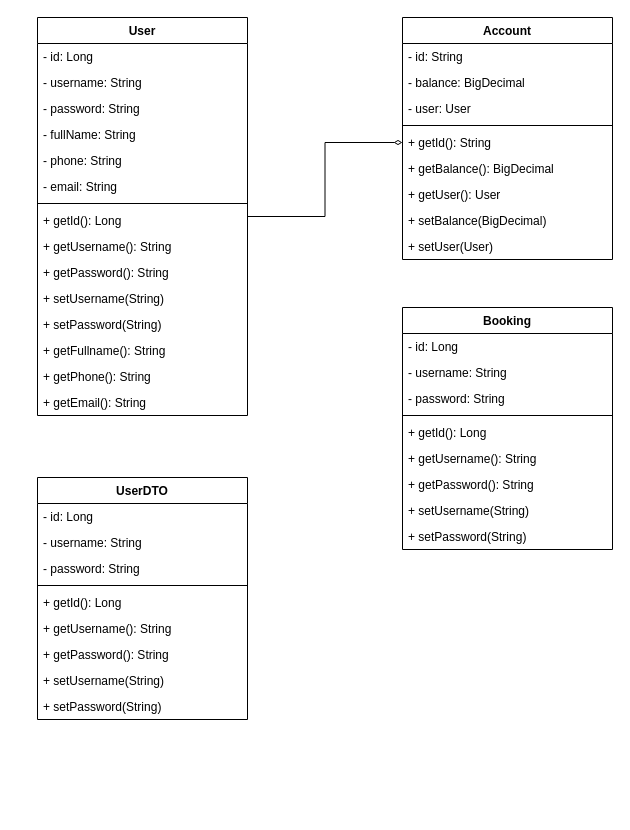
Before: Kingpay.drawio in ezra-jeo/MCO1-ezra-jeo, a draw.io diagram. Source tidied: cells renumbered, new cells numbered last; positions are measured from the earlier drawing's top-left corner, leaving out a move shared by most shapes. Both pictures are drawn from the tidied source at 100%, with x=0, y=0 at pixel (37, 17).
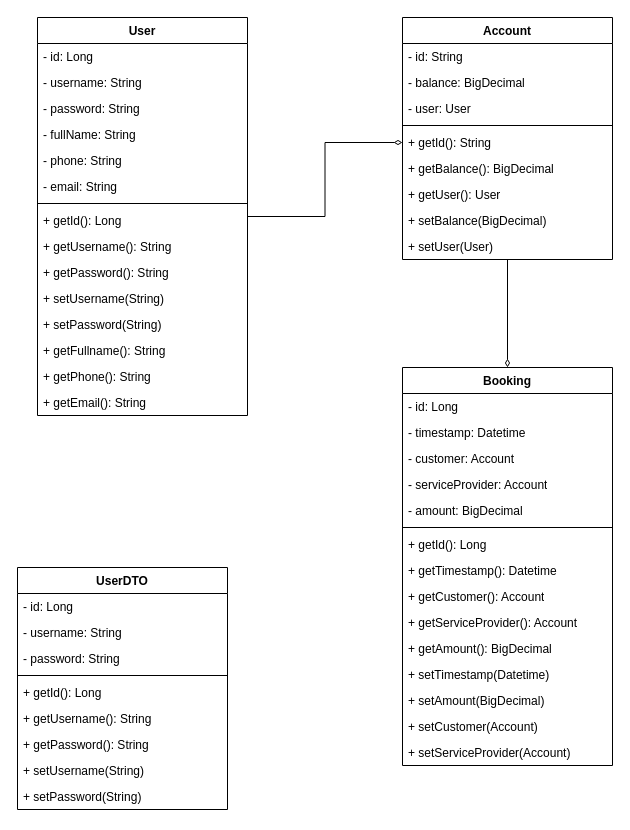
Above is the later version.

Commit message:
feat: added WIP Account and Booking

The change refers to these unchanged cells:
```xml
<mxCell id="19" value="Account" style="swimlane;fontStyle=1;align=center;verticalAlign=top;horizontal=1;startSize=26;whiteSpace=wrap;html=1;" parent="1" vertex="1">
  <mxGeometry x="365" width="210" height="242" as="geometry" />
</mxCell>
```

Diff of the diagram source:
```diff
@@
+    <mxCell id="49" style="edgeStyle=orthogonalEdgeStyle;rounded=0;jettySize=auto;html=1;exitX=0.5;exitY=1;exitDx=0;exitDy=0;entryX=0.5;entryY=0;entryDx=0;entryDy=0;defaultLabelBackgroundColor=page;endArrow=diamondThin;endFill=0;" parent="1" edge="1" source="19" target="29">
+      <mxGeometry relative="1" as="geometry" />
+    </mxCell>
@@
     <mxCell id="29" value="Booking" style="swimlane;fontStyle=1;align=center;verticalAlign=top;horizontal=1;startSize=26;whiteSpace=wrap;html=1;" parent="1" vertex="1">
-      <mxGeometry x="365" y="290" width="210" height="242" as="geometry" />
+      <mxGeometry x="365" y="350" width="210" height="398" as="geometry" />
     </mxCell>
@@
+    <mxCell id="50" value="- timestamp: Datetime" style="text;strokeColor=none;fillColor=none;align=left;verticalAlign=top;spacingLeft=4;spacingRight=4;overflow=hidden;whiteSpace=wrap;html=1;" parent="29" vertex="1">
+      <mxGeometry y="52" width="210" height="26" as="geometry" />
+    </mxCell>
-    <mxCell id="31" value="- username: String" style="text;strokeColor=none;fillColor=none;align=left;verticalAlign=top;spacingLeft=4;spacingRight=4;overflow=hidden;whiteSpace=wrap;html=1;" parent="29" vertex="1">
-      <mxGeometry y="52" width="210" height="26" as="geometry" />
+    <mxCell id="31" value="- customer: Account" style="text;strokeColor=none;fillColor=none;align=left;verticalAlign=top;spacingLeft=4;spacingRight=4;overflow=hidden;whiteSpace=wrap;html=1;" parent="29" vertex="1">
+      <mxGeometry y="78" width="210" height="26" as="geometry" />
     </mxCell>
-    <mxCell id="32" value="- password: String" style="text;strokeColor=none;fillColor=none;align=left;verticalAlign=top;spacingLeft=4;spacingRight=4;overflow=hidden;whiteSpace=wrap;html=1;" parent="29" vertex="1">
-      <mxGeometry y="78" width="210" height="26" as="geometry" />
+    <mxCell id="32" value="- serviceProvider: Account" style="text;strokeColor=none;fillColor=none;align=left;verticalAlign=top;spacingLeft=4;spacingRight=4;overflow=hidden;whiteSpace=wrap;html=1;" parent="29" vertex="1">
+      <mxGeometry y="104" width="210" height="26" as="geometry" />
     </mxCell>
+    <mxCell id="51" value="- amount: BigDecimal" style="text;strokeColor=none;fillColor=none;align=left;verticalAlign=top;spacingLeft=4;spacingRight=4;overflow=hidden;whiteSpace=wrap;html=1;" parent="29" vertex="1">
+      <mxGeometry y="130" width="210" height="26" as="geometry" />
+    </mxCell>
     <mxCell id="33" style="line;strokeWidth=1;fillColor=none;align=left;verticalAlign=middle;spacingTop=-1;spacingLeft=3;spacingRight=3;labelPosition=right;strokeColor=inherit;labelPerimeter=1;" parent="29" vertex="1">
-      <mxGeometry y="104" width="210" height="8" as="geometry" />
+      <mxGeometry y="156" width="210" height="8" as="geometry" />
     </mxCell>
     <mxCell id="34" value="+ getId(): Long" style="text;strokeColor=none;fillColor=none;align=left;verticalAlign=top;spacingLeft=4;spacingRight=4;overflow=hidden;whiteSpace=wrap;html=1;" parent="29" vertex="1">
-      <mxGeometry y="112" width="210" height="26" as="geometry" />
+      <mxGeometry y="164" width="210" height="26" as="geometry" />
     </mxCell>
-    <mxCell id="35" value="+ getUsername(): String" style="text;strokeColor=none;fillColor=none;align=left;verticalAlign=top;spacingLeft=4;spacingRight=4;overflow=hidden;whiteSpace=wrap;html=1;" parent="29" vertex="1">
-      <mxGeometry y="138" width="210" height="26" as="geometry" />
+    <mxCell id="35" value="+ getTimestamp(): Datetime" style="text;strokeColor=none;fillColor=none;align=left;verticalAlign=top;spacingLeft=4;spacingRight=4;overflow=hidden;whiteSpace=wrap;html=1;" parent="29" vertex="1">
+      <mxGeometry y="190" width="210" height="26" as="geometry" />
     </mxCell>
-    <mxCell id="36" value="+ getPassword(): String" style="text;strokeColor=none;fillColor=none;align=left;verticalAlign=top;spacingLeft=4;spacingRight=4;overflow=hidden;whiteSpace=wrap;html=1;" parent="29" vertex="1">
-      <mxGeometry y="164" width="210" height="26" as="geometry" />
+    <mxCell id="36" value="+ getCustomer(): Account" style="text;strokeColor=none;fillColor=none;align=left;verticalAlign=top;spacingLeft=4;spacingRight=4;overflow=hidden;whiteSpace=wrap;html=1;" parent="29" vertex="1">
+      <mxGeometry y="216" width="210" height="26" as="geometry" />
     </mxCell>
-    <mxCell id="37" value="+ setUsername(String)" style="text;strokeColor=none;fillColor=none;align=left;verticalAlign=top;spacingLeft=4;spacingRight=4;overflow=hidden;whiteSpace=wrap;html=1;" parent="29" vertex="1">
-      <mxGeometry y="190" width="210" height="26" as="geometry" />
+    <mxCell id="37" value="+ getServiceProvider(): Account" style="text;strokeColor=none;fillColor=none;align=left;verticalAlign=top;spacingLeft=4;spacingRight=4;overflow=hidden;whiteSpace=wrap;html=1;" parent="29" vertex="1">
+      <mxGeometry y="242" width="210" height="26" as="geometry" />
     </mxCell>
-    <mxCell id="38" value="+ setPassword(String)" style="text;strokeColor=none;fillColor=none;align=left;verticalAlign=top;spacingLeft=4;spacingRight=4;overflow=hidden;whiteSpace=wrap;html=1;" parent="29" vertex="1">
-      <mxGeometry y="216" width="210" height="26" as="geometry" />
+    <mxCell id="38" value="+ getAmount(): BigDecimal" style="text;strokeColor=none;fillColor=none;align=left;verticalAlign=top;spacingLeft=4;spacingRight=4;overflow=hidden;whiteSpace=wrap;html=1;" parent="29" vertex="1">
+      <mxGeometry y="268" width="210" height="26" as="geometry" />
     </mxCell>
+    <mxCell id="52" value="+ setTimestamp(Datetime)&lt;div&gt;&lt;br&gt;&lt;/div&gt;" style="text;strokeColor=none;fillColor=none;align=left;verticalAlign=top;spacingLeft=4;spacingRight=4;overflow=hidden;whiteSpace=wrap;html=1;" parent="29" vertex="1">
+      <mxGeometry y="294" width="210" height="26" as="geometry" />
+    </mxCell>
+    <mxCell id="53" value="+ setAmount(BigDecimal)" style="text;strokeColor=none;fillColor=none;align=left;verticalAlign=top;spacingLeft=4;spacingRight=4;overflow=hidden;whiteSpace=wrap;html=1;" parent="29" vertex="1">
+      <mxGeometry y="320" width="210" height="26" as="geometry" />
+    </mxCell>
+    <mxCell id="54" value="+ setCustomer(Account)" style="text;strokeColor=none;fillColor=none;align=left;verticalAlign=top;spacingLeft=4;spacingRight=4;overflow=hidden;whiteSpace=wrap;html=1;" parent="29" vertex="1">
+      <mxGeometry y="346" width="210" height="26" as="geometry" />
+    </mxCell>
+    <mxCell id="55" value="+ setServiceProvider(Account)" style="text;strokeColor=none;fillColor=none;align=left;verticalAlign=top;spacingLeft=4;spacingRight=4;overflow=hidden;whiteSpace=wrap;html=1;" parent="29" vertex="1">
+      <mxGeometry y="372" width="210" height="26" as="geometry" />
+    </mxCell>
     <mxCell id="39" value="UserDTO" style="swimlane;fontStyle=1;align=center;verticalAlign=top;horizontal=1;startSize=26;whiteSpace=wrap;html=1;" parent="1" vertex="1">
-      <mxGeometry y="460" width="210" height="242" as="geometry" />
+      <mxGeometry x="-20" y="550" width="210" height="242" as="geometry" />
     </mxCell>
```
